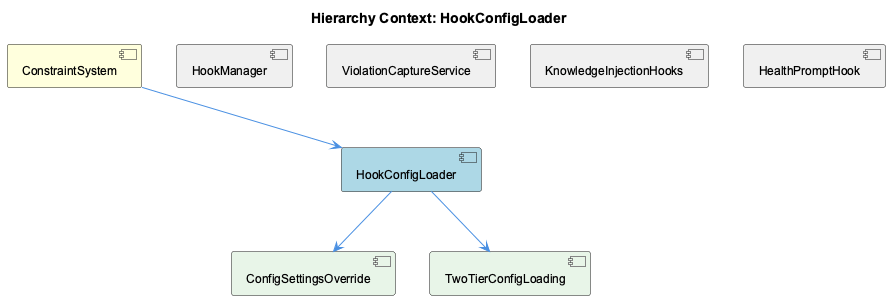
Before: knowledge-management/insights/images/hook-config-loader-relationship.png, a diagram exported from PlantUML (fwornle/coding). Source of this version:
```plantuml
@startuml
!include _standard-style.puml

title Hierarchy Context: HookConfigLoader

[ConstraintSystem] as constraint_system #FFFFDD
[HookConfigLoader] as hook_config_loader #LightBlue
[HookManager] as hook_manager #F0F0F0
[ViolationCaptureService] as violation_capture_service #F0F0F0
[KnowledgeInjectionHooks] as knowledge_injection_hooks #F0F0F0
[HealthPromptHook] as health_prompt_hook #F0F0F0
[ConfigSettingsOverride] as config_settings_override #E8F5E8
[TwoTierConfigLoading] as two_tier_config_loading #E8F5E8

constraint_system --> hook_config_loader
hook_manager -[hidden]- hook_config_loader
violation_capture_service -[hidden]- hook_config_loader
knowledge_injection_hooks -[hidden]- hook_config_loader
health_prompt_hook -[hidden]- hook_config_loader
hook_config_loader --> config_settings_override
hook_config_loader --> two_tier_config_loading

@enduml
```
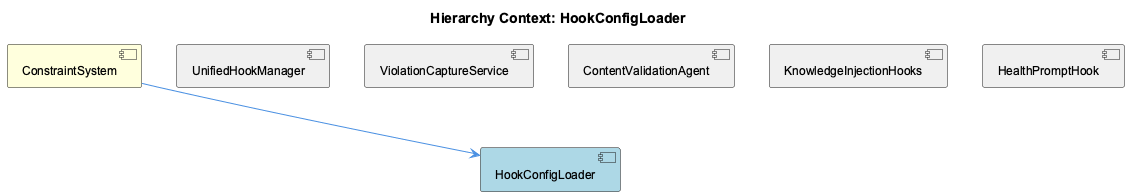
Above is the later version.

What changed in the source:
```diff
@@ -5,19 +5,17 @@
 
 [ConstraintSystem] as constraint_system #FFFFDD
 [HookConfigLoader] as hook_config_loader #LightBlue
-[HookManager] as hook_manager #F0F0F0
+[UnifiedHookManager] as unified_hook_manager #F0F0F0
 [ViolationCaptureService] as violation_capture_service #F0F0F0
+[ContentValidationAgent] as content_validation_agent #F0F0F0
 [KnowledgeInjectionHooks] as knowledge_injection_hooks #F0F0F0
 [HealthPromptHook] as health_prompt_hook #F0F0F0
-[ConfigSettingsOverride] as config_settings_override #E8F5E8
-[TwoTierConfigLoading] as two_tier_config_loading #E8F5E8
 
 constraint_system --> hook_config_loader
-hook_manager -[hidden]- hook_config_loader
+unified_hook_manager -[hidden]- hook_config_loader
 violation_capture_service -[hidden]- hook_config_loader
+content_validation_agent -[hidden]- hook_config_loader
 knowledge_injection_hooks -[hidden]- hook_config_loader
 health_prompt_hook -[hidden]- hook_config_loader
-hook_config_loader --> config_settings_override
-hook_config_loader --> two_tier_config_loading
 
 @enduml
```
